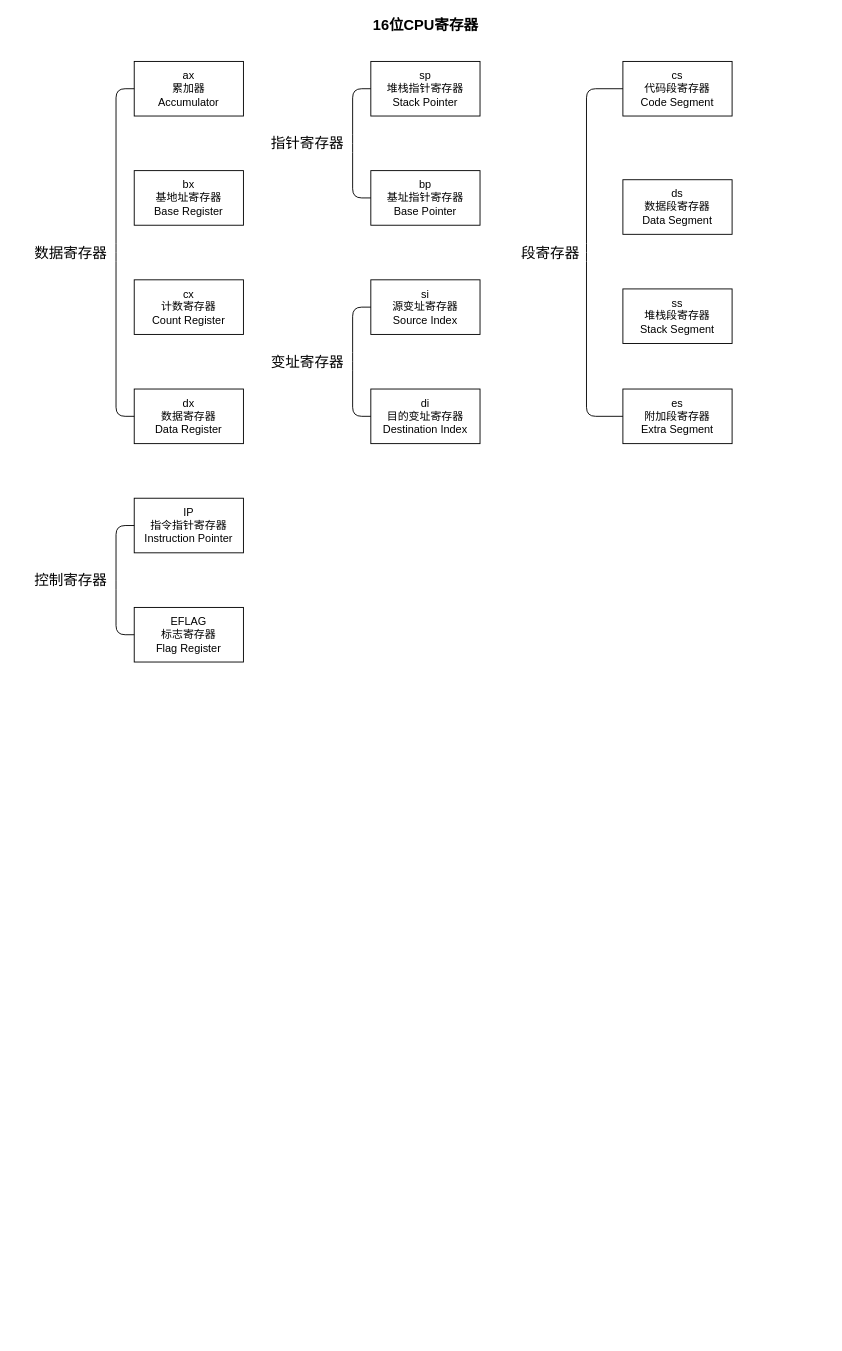
ek1ng/blog keeps this draw.io diagram as 1.drawio. Above is the earlier version. Source tidied: cells renumbered, new cells numbered last; positions are measured from the earlier drawing's top-left corner, leaving out a move shared by most shapes. Both pictures are drawn from the tidied source at 91%, with x=0, y=0 at pixel (25, 15).
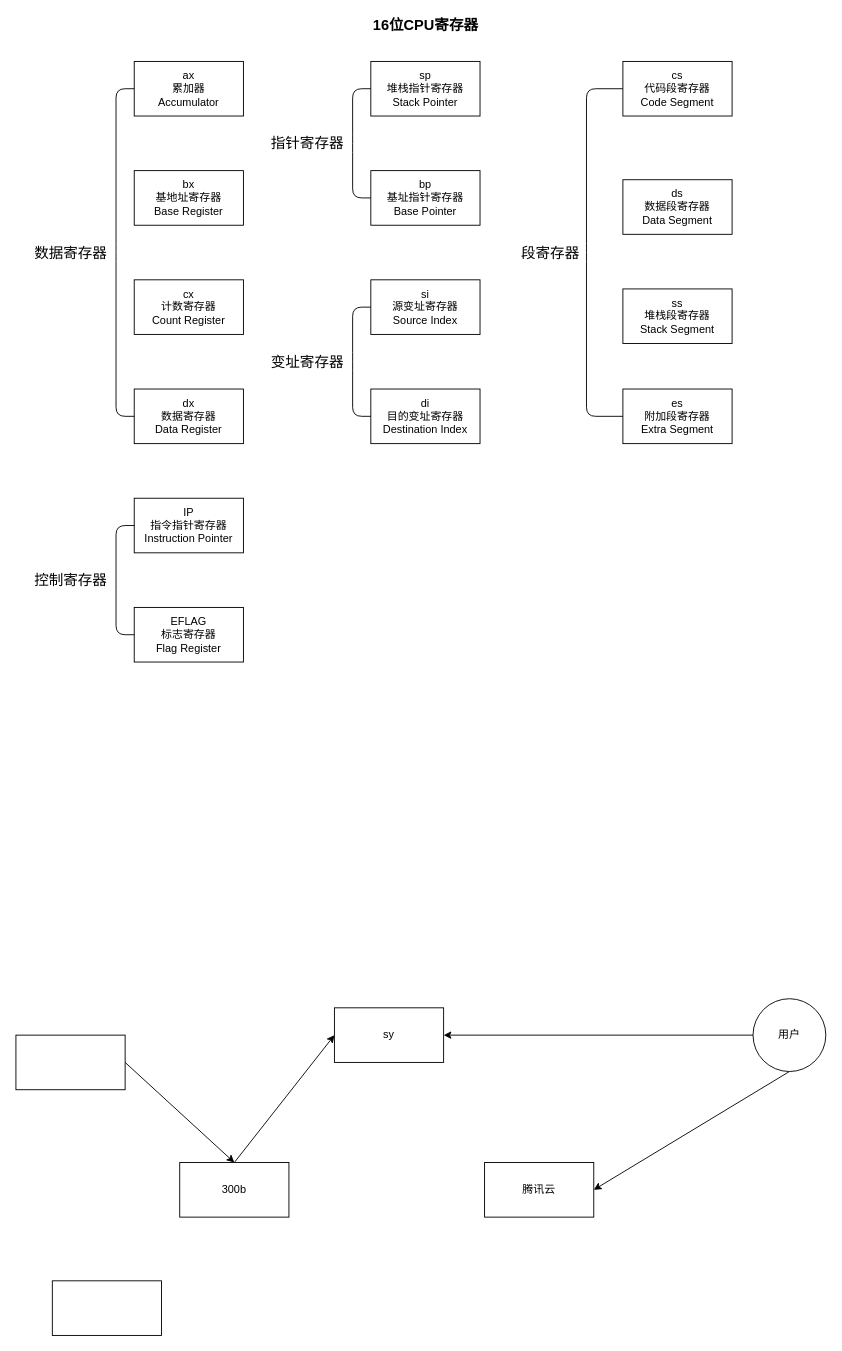
The same page after the edit.

Commit message (it also covers changes not shown here):
feat: linux0.11 source code reading notes

What changed in the source:
```diff
@@
+    <mxCell id="27" style="edgeStyle=none;html=1;exitX=0.5;exitY=0;exitDx=0;exitDy=0;entryX=0;entryY=0.5;entryDx=0;entryDy=0;" parent="1" edge="1" source="28" target="30">
+      <mxGeometry relative="1" as="geometry" />
+    </mxCell>
+    <mxCell id="28" value="300b" style="whiteSpace=wrap;html=1;" parent="1" vertex="1">
+      <mxGeometry x="170" y="1260" width="120" height="60" as="geometry" />
+    </mxCell>
+    <mxCell id="29" value="腾讯云" style="whiteSpace=wrap;html=1;" parent="1" vertex="1">
+      <mxGeometry x="505" y="1260" width="120" height="60" as="geometry" />
+    </mxCell>
+    <mxCell id="30" value="sy" style="whiteSpace=wrap;html=1;" parent="1" vertex="1">
+      <mxGeometry x="340" y="1090" width="120" height="60" as="geometry" />
+    </mxCell>
+    <mxCell id="31" style="edgeStyle=none;html=1;exitX=0;exitY=0.5;exitDx=0;exitDy=0;" parent="1" edge="1" source="33" target="30">
+      <mxGeometry relative="1" as="geometry" />
+    </mxCell>
+    <mxCell id="32" style="edgeStyle=none;html=1;exitX=0.5;exitY=1;exitDx=0;exitDy=0;entryX=1;entryY=0.5;entryDx=0;entryDy=0;" parent="1" edge="1" source="33" target="29">
+      <mxGeometry relative="1" as="geometry" />
+    </mxCell>
+    <mxCell id="33" value="用户" style="ellipse;whiteSpace=wrap;html=1;" parent="1" vertex="1">
+      <mxGeometry x="800" y="1080" width="80" height="80" as="geometry" />
+    </mxCell>
+    <mxCell id="34" style="edgeStyle=none;html=1;exitX=1;exitY=0.5;exitDx=0;exitDy=0;entryX=0.5;entryY=0;entryDx=0;entryDy=0;" parent="1" edge="1" source="35" target="28">
+      <mxGeometry relative="1" as="geometry" />
+    </mxCell>
+    <mxCell id="35" style="whiteSpace=wrap;html=1;" parent="1" vertex="1">
+      <mxGeometry x="-10" y="1120" width="120" height="60" as="geometry" />
+    </mxCell>
+    <mxCell id="36" style="whiteSpace=wrap;html=1;" parent="1" vertex="1">
+      <mxGeometry x="30" y="1390" width="120" height="60" as="geometry" />
+    </mxCell>
```
